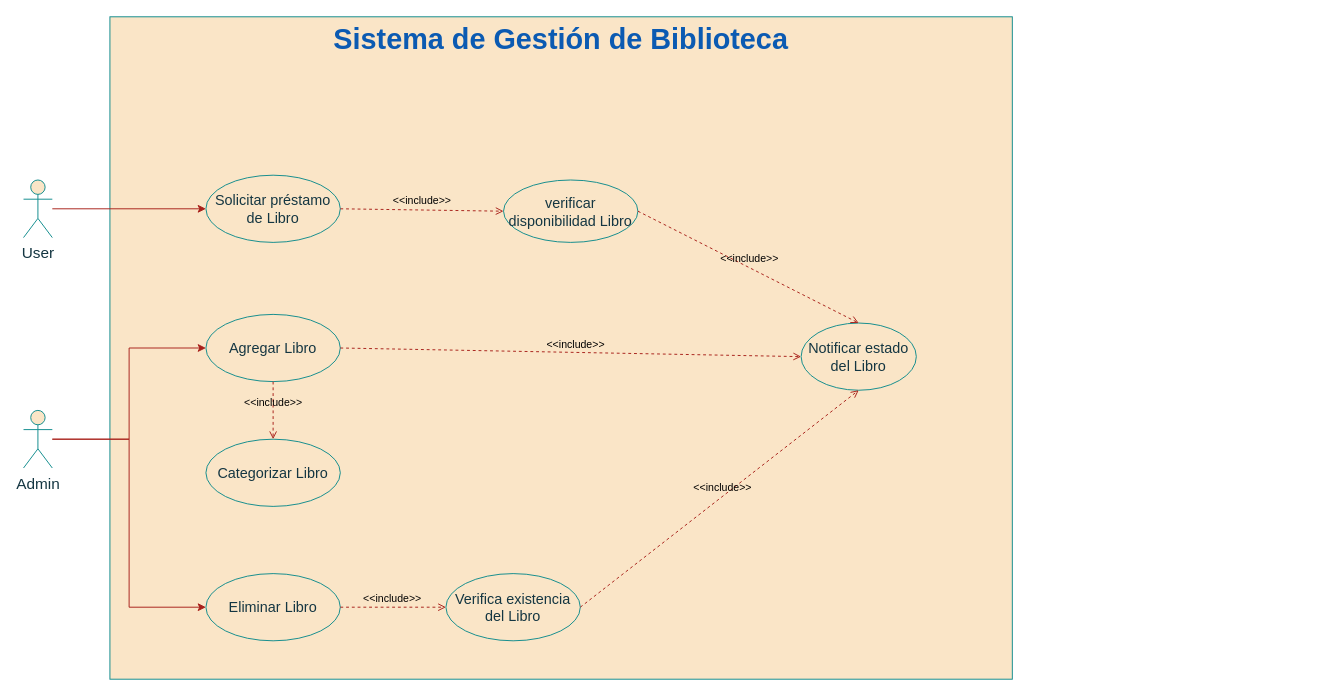
jeacevedo92/Diagramas-Arquitectura keeps this draw.io diagram as page "casosDeUso" (1 of 3) of Biblioteca.drawio. Above is the earlier version. Source tidied: cells renumbered, new cells numbered last; positions are measured from the earlier drawing's top-left corner, leaving out a move shared by most shapes. Both pictures are drawn from the tidied source at 96%, with x=0, y=0 at pixel (23, 16).
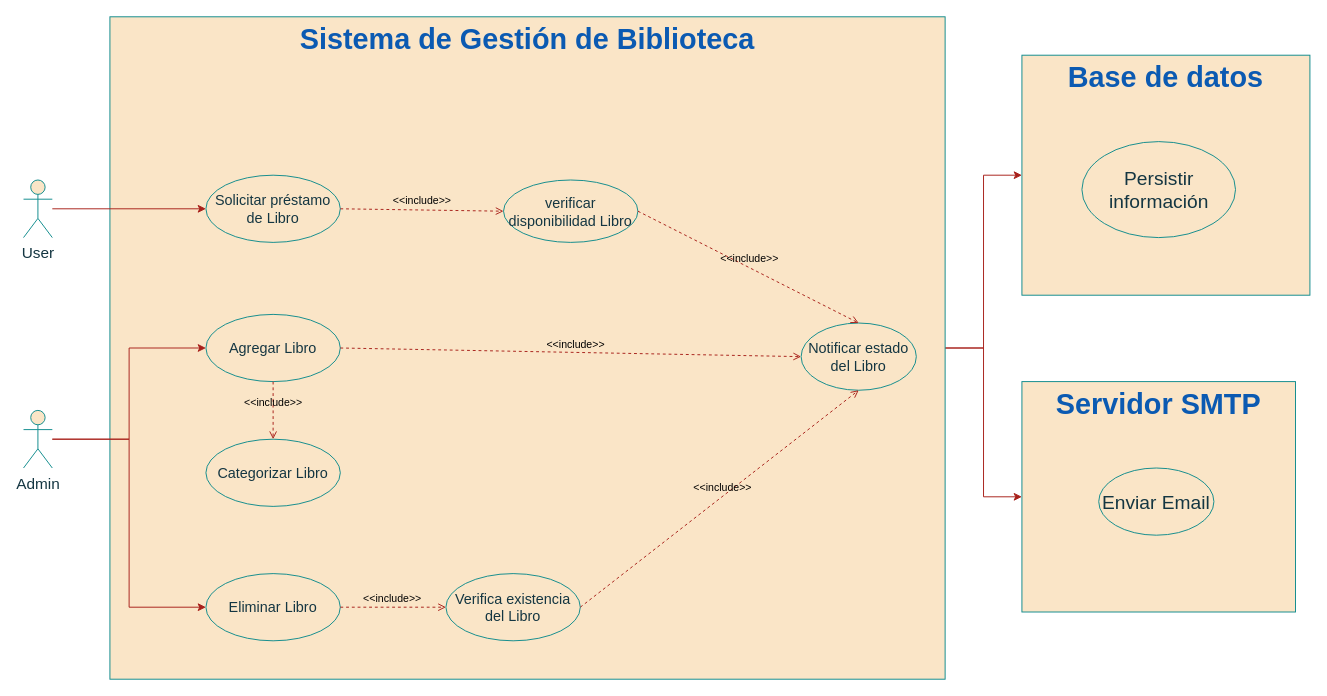
After the change.

Change to the diagram source:
```diff
@@
+    <mxCell id="21" style="edgeStyle=orthogonalEdgeStyle;rounded=0;jettySize=auto;html=1;entryX=0;entryY=0.5;entryDx=0;entryDy=0;strokeColor=#A8201A;fontColor=#143642;fillColor=#FAE5C7;" parent="1" edge="1" source="2" target="23">
+      <mxGeometry relative="1" as="geometry" />
+    </mxCell>
+    <mxCell id="22" style="edgeStyle=orthogonalEdgeStyle;rounded=0;jettySize=auto;html=1;entryX=0;entryY=0.5;entryDx=0;entryDy=0;strokeColor=#A8201A;fontColor=#143642;fillColor=#FAE5C7;" parent="1" edge="1" source="2" target="24">
+      <mxGeometry relative="1" as="geometry" />
+    </mxCell>
     <mxCell id="2" value="&lt;p style=&quot;margin: 0px; font-variant-numeric: normal; font-variant-east-asian: normal; font-variant-alternates: normal; font-kerning: auto; font-optical-sizing: auto; font-feature-settings: normal; font-variation-settings: normal; font-variant-position: normal; font-stretch: normal; line-height: normal; color: rgb(11, 90, 178); -webkit-text-stroke-color: rgb(0, 0, 0);&quot; class=&quot;p1&quot;&gt;&lt;span style=&quot;font-variant-ligatures: no-common-ligatures;&quot; class=&quot;s1&quot;&gt;&lt;b style=&quot;&quot;&gt;&lt;font style=&quot;font-size: 30px;&quot;&gt;Sistema de Gestión de Biblioteca&lt;/font&gt;&lt;/b&gt;&lt;/span&gt;&lt;/p&gt;" style="html=1;align=center;verticalAlign=top;rounded=0;absoluteArcSize=1;arcSize=10;dashed=0;whiteSpace=wrap;labelBackgroundColor=none;labelBorderColor=none;fillColor=#FAE5C7;strokeColor=#0F8B8D;fontColor=#143642;" parent="1" vertex="1">
-      <mxGeometry x="90" width="940" height="690" as="geometry" />
+      <mxGeometry x="90" width="870" height="690" as="geometry" />
     </mxCell>
@@
+    <mxCell id="23" value="&lt;p style=&quot;margin: 0px; font-variant-numeric: normal; font-variant-east-asian: normal; font-variant-alternates: normal; font-kerning: auto; font-optical-sizing: auto; font-feature-settings: normal; font-variation-settings: normal; font-variant-position: normal; font-stretch: normal; line-height: normal; color: rgb(11, 90, 178); -webkit-text-stroke-color: rgb(0, 0, 0);&quot; class=&quot;p1&quot;&gt;&lt;span style=&quot;font-size: 30px; font-variant-ligatures: no-common-ligatures;&quot;&gt;&lt;b&gt;Base de datos&lt;/b&gt;&lt;/span&gt;&lt;/p&gt;" style="html=1;align=center;verticalAlign=top;rounded=0;absoluteArcSize=1;arcSize=10;dashed=0;whiteSpace=wrap;labelBackgroundColor=none;labelBorderColor=none;fillColor=#FAE5C7;strokeColor=#0F8B8D;fontColor=#143642;" parent="1" vertex="1">
+      <mxGeometry x="1040" y="40" width="300" height="250" as="geometry" />
+    </mxCell>
+    <mxCell id="24" value="&lt;p style=&quot;margin: 0px; font-variant-numeric: normal; font-variant-east-asian: normal; font-variant-alternates: normal; font-kerning: auto; font-optical-sizing: auto; font-feature-settings: normal; font-variation-settings: normal; font-variant-position: normal; font-stretch: normal; line-height: normal; color: rgb(11, 90, 178); -webkit-text-stroke-color: rgb(0, 0, 0);&quot; class=&quot;p1&quot;&gt;&lt;span style=&quot;font-variant-ligatures: no-common-ligatures;&quot; class=&quot;s1&quot;&gt;&lt;b style=&quot;&quot;&gt;&lt;font style=&quot;font-size: 30px;&quot;&gt;Servidor SMTP&lt;/font&gt;&lt;/b&gt;&lt;/span&gt;&lt;/p&gt;" style="html=1;align=center;verticalAlign=top;rounded=0;absoluteArcSize=1;arcSize=10;dashed=0;whiteSpace=wrap;labelBackgroundColor=none;labelBorderColor=none;fillColor=#FAE5C7;strokeColor=#0F8B8D;fontColor=#143642;" parent="1" vertex="1">
+      <mxGeometry x="1040" y="380" width="285" height="240" as="geometry" />
+    </mxCell>
+    <mxCell id="25" value="Enviar Email" style="ellipse;whiteSpace=wrap;html=1;fontSize=20;labelBackgroundColor=none;rounded=0;fillColor=#FAE5C7;strokeColor=#0F8B8D;fontColor=#143642;" parent="1" vertex="1">
+      <mxGeometry x="1120" y="470" width="120" height="70" as="geometry" />
+    </mxCell>
+    <mxCell id="26" value="Persistir información" style="ellipse;whiteSpace=wrap;html=1;fontSize=20;labelBackgroundColor=none;rounded=0;fillColor=#FAE5C7;strokeColor=#0F8B8D;fontColor=#143642;" parent="1" vertex="1">
+      <mxGeometry x="1102.5" y="130" width="160" height="100" as="geometry" />
+    </mxCell>
```
